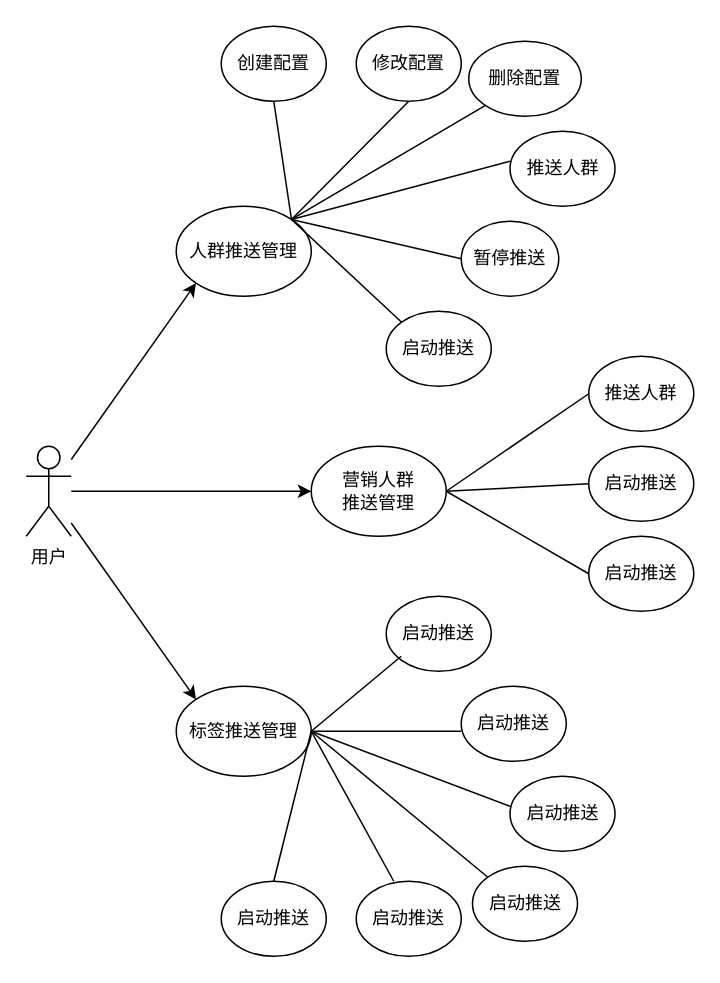
Above: EZR E-R图.drawio in natyuen/huatu (draw.io), before the change. Source tidied: cells renumbered, new cells numbered last; positions are measured from the earlier drawing's top-left corner, leaving out a move shared by most shapes. Both pictures are drawn from the tidied source at 150%, with x=0, y=0 at pixel (26, 26).
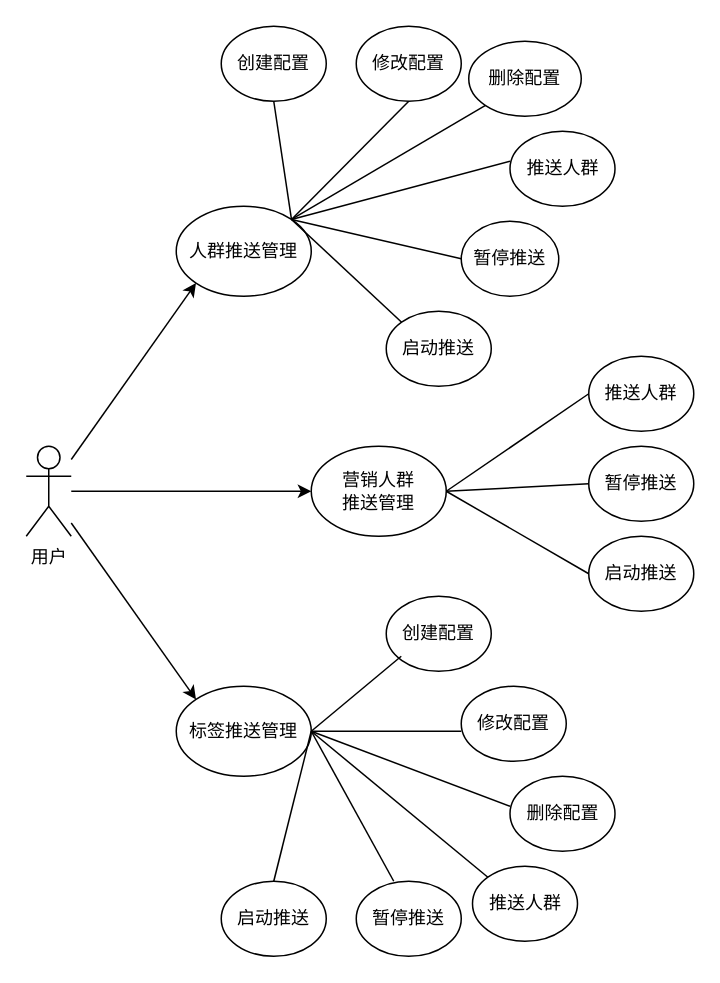
The same page after the edit.

What changed in the source:
```diff
@@
-    <mxCell id="16" value="启动推送" style="ellipse;whiteSpace=wrap;html=1;" parent="1" vertex="1">
+    <mxCell id="16" value="暂停推送" style="ellipse;whiteSpace=wrap;html=1;" parent="1" vertex="1">
       <mxGeometry x="375" y="280" width="70" height="50" as="geometry" />
     </mxCell>
@@
-    <mxCell id="19" value="启动推送" style="ellipse;whiteSpace=wrap;html=1;" parent="1" vertex="1">
+    <mxCell id="19" value="暂停推送" style="ellipse;whiteSpace=wrap;html=1;" parent="1" vertex="1">
       <mxGeometry x="220" y="570" width="70" height="50" as="geometry" />
     </mxCell>
-    <mxCell id="20" value="启动推送" style="ellipse;whiteSpace=wrap;html=1;" parent="1" vertex="1">
+    <mxCell id="20" value="推送人群" style="ellipse;whiteSpace=wrap;html=1;" parent="1" vertex="1">
       <mxGeometry x="297.5" y="560" width="70" height="50" as="geometry" />
     </mxCell>
-    <mxCell id="21" value="启动推送" style="ellipse;whiteSpace=wrap;html=1;" parent="1" vertex="1">
+    <mxCell id="21" value="删除配置" style="ellipse;whiteSpace=wrap;html=1;" parent="1" vertex="1">
       <mxGeometry x="322.5" y="500" width="70" height="50" as="geometry" />
     </mxCell>
-    <mxCell id="22" value="启动推送" style="ellipse;whiteSpace=wrap;html=1;" parent="1" vertex="1">
+    <mxCell id="22" value="修改配置" style="ellipse;whiteSpace=wrap;html=1;" parent="1" vertex="1">
       <mxGeometry x="290" y="440" width="70" height="50" as="geometry" />
     </mxCell>
-    <mxCell id="23" value="启动推送" style="ellipse;whiteSpace=wrap;html=1;" parent="1" vertex="1">
+    <mxCell id="23" value="创建配置" style="ellipse;whiteSpace=wrap;html=1;" parent="1" vertex="1">
       <mxGeometry x="240" y="380" width="70" height="50" as="geometry" />
     </mxCell>
```
